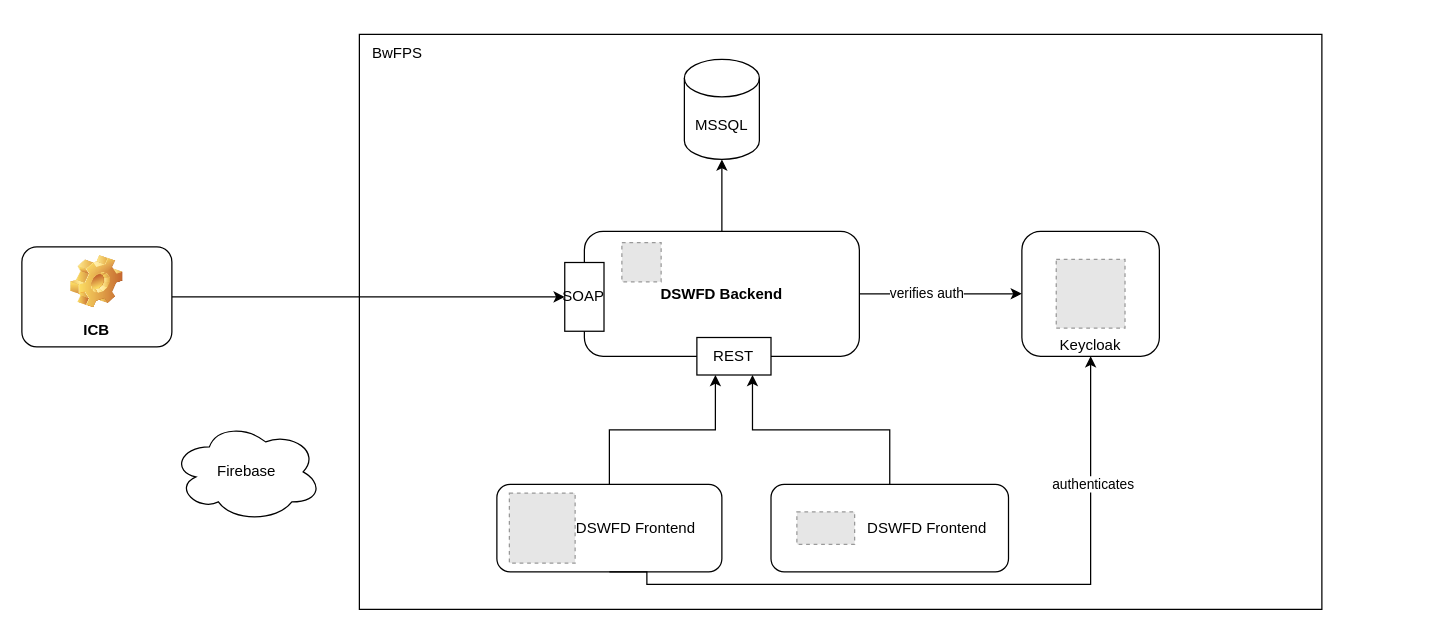
HanLap/master-thesis keeps this draw.io diagram as page "fe-only" (2 of 4) of thesis/assets/dswfd-architecture.drawio. Above is the earlier version. Source tidied: cells renumbered, new cells numbered last; positions are measured from the earlier drawing's top-left corner, leaving out a move shared by most shapes. Both pictures are drawn from the tidied source at 125%, with x=0, y=0 at pixel (21, 34). Pictures stored in the file or linked from it are replaced by grey dashed boxes.
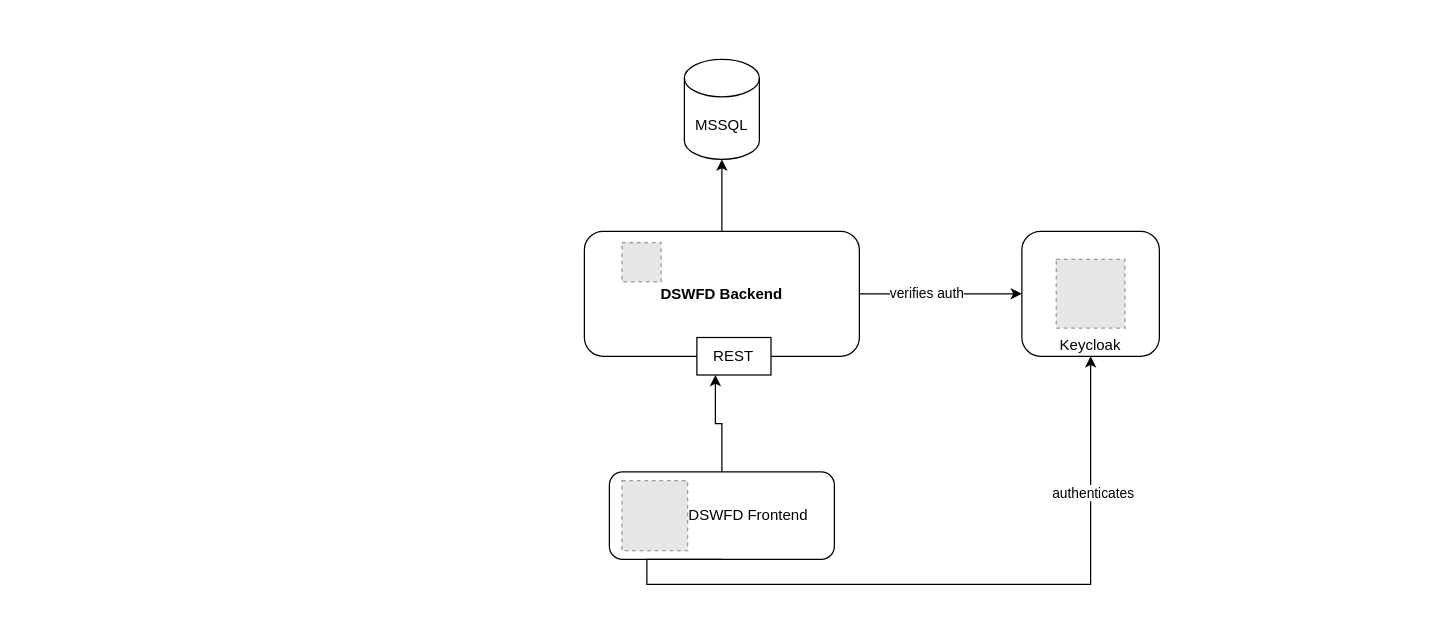
The same page after the edit.

Unchanged cells that the change refers to:
```xml
<mxCell id="17" style="group;" parent="1" vertex="1">
  <mxGeometry x="450" y="157.5" width="220" height="115" as="geometry" />
</mxCell>
<mxCell id="21" value="REST" style="rounded=0;whiteSpace=wrap;html=1;" parent="17" vertex="1">
  <mxGeometry x="90" y="85" width="59.3" height="30" as="geometry" />
</mxCell>
```

What changed in the source:
```diff
@@
     <mxCell id="2" style="group;dashed=1;strokeColor=none;rounded=0;dashPattern=12 12;" parent="1" vertex="1">
-      <mxGeometry x="270" width="770" height="460" as="geometry" />
+      <mxGeometry x="340" y="-10" width="770" height="460" as="geometry" />
     </mxCell>
-    <mxCell id="3" style="rounded=0;whiteSpace=wrap;html=1;" parent="2" vertex="1">
-      <mxGeometry width="770" height="460" as="geometry" />
-    </mxCell>
-    <mxCell id="4" value="BwFPS" style="text;html=1;align=center;verticalAlign=middle;strokeColor=none;fillColor=none;" parent="2" vertex="1">
-      <mxGeometry width="60" height="30" as="geometry" />
-    </mxCell>
     <mxCell id="5" style="group;" parent="2" vertex="1">
-      <mxGeometry x="110" y="360" width="180" height="70" as="geometry" />
+      <mxGeometry x="130" y="360" width="180" height="70" as="geometry" />
     </mxCell>
@@
-    <mxCell id="8" style="edgeStyle=orthogonalEdgeStyle;rounded=0;jettySize=auto;html=1;exitX=0.5;exitY=0;exitDx=0;exitDy=0;entryX=0.75;entryY=1;entryDx=0;entryDy=0;" parent="1" edge="1" source="9" target="21">
-      <mxGeometry relative="1" as="geometry" />
-    </mxCell>
-    <mxCell id="9" value="DSWFD Frontend" style="rounded=1;whiteSpace=wrap;html=1;align=right;spacingRight=15;" parent="1" vertex="1">
-      <mxGeometry x="599.3" y="360" width="190" height="70" as="geometry" />
-    </mxCell>
@@
-    <mxCell id="14" value="Firebase" style="ellipse;shape=cloud;whiteSpace=wrap;html=1;" parent="1" vertex="1">
-      <mxGeometry x="120" y="310" width="120" height="80" as="geometry" />
-    </mxCell>
-    <mxCell id="15" style="edgeStyle=orthogonalEdgeStyle;rounded=0;jettySize=auto;html=1;entryX=0;entryY=0.5;entryDx=0;entryDy=0;" parent="1" edge="1" source="16" target="20">
-      <mxGeometry relative="1" as="geometry" />
-    </mxCell>
-    <mxCell id="16" value="ICB" style="label;whiteSpace=wrap;html=1;align=center;verticalAlign=bottom;spacingLeft=0;spacingBottom=4;imageAlign=center;imageVerticalAlign=top;image=img/clipart/Gear_128x128.png;" parent="1" vertex="1">
-      <mxGeometry y="170" width="120" height="80" as="geometry" />
-    </mxCell>
@@
-    <mxCell id="20" value="SOAP" style="rounded=0;whiteSpace=wrap;html=1;" parent="17" vertex="1">
-      <mxGeometry x="-15.7" y="25" width="31.4" height="55" as="geometry" />
-    </mxCell>
@@
-    <mxCell id="25" style="fillColor=#E6E6E6;strokeColor=#999999;dashed=1;verticalLabelPosition=bottom;labelBackgroundColor=default;verticalAlign=top;" parent="1" vertex="1">
-      <mxGeometry x="620" y="382" width="46.2" height="26" as="geometry" />
-    </mxCell>
```
